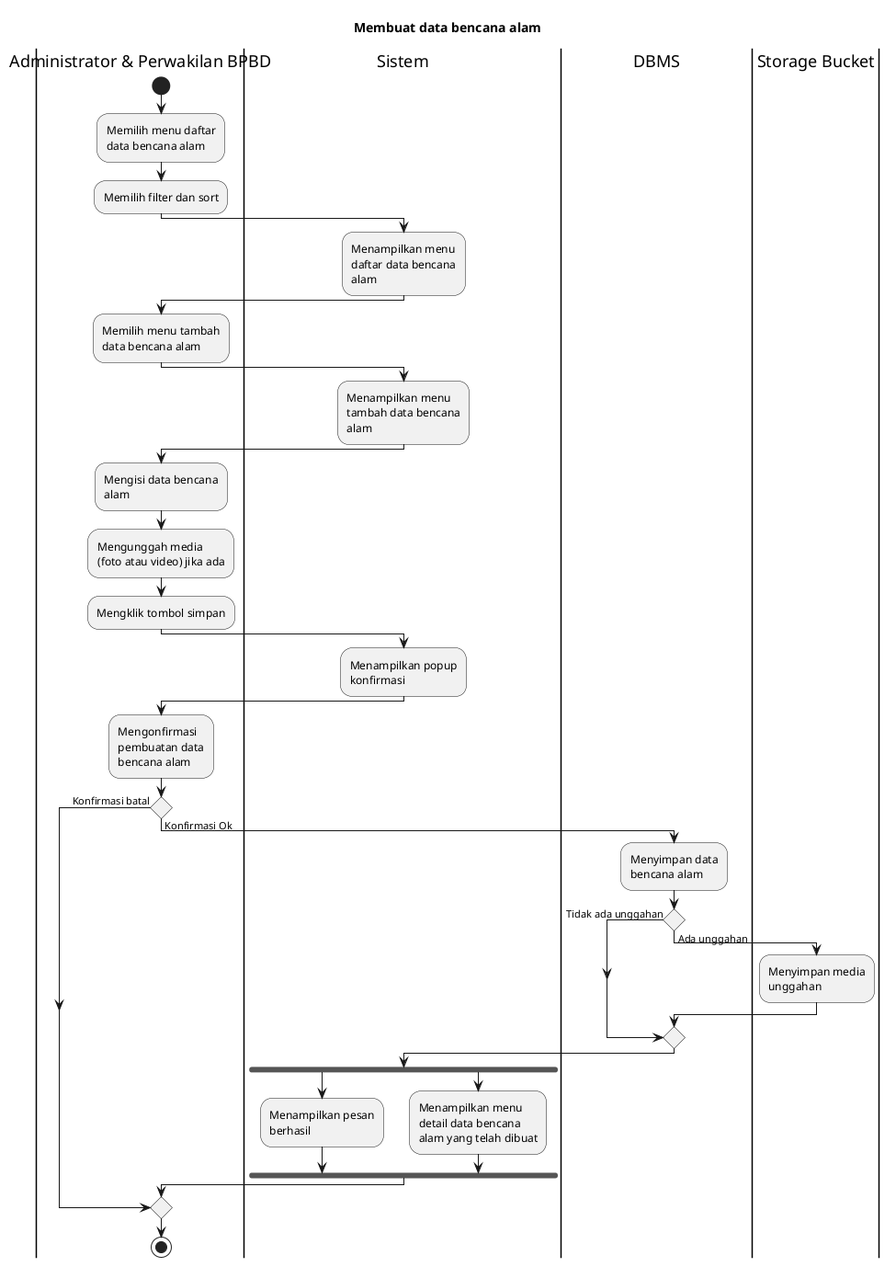
Above: export/Activity Diagrams/UC-MGDISASTER - Manajemen Data Bencana/UC-MGDISASTER-007 - Membuat data bencana alam.png in bagusNA/appl-diagrams (PlantUML), before the change.
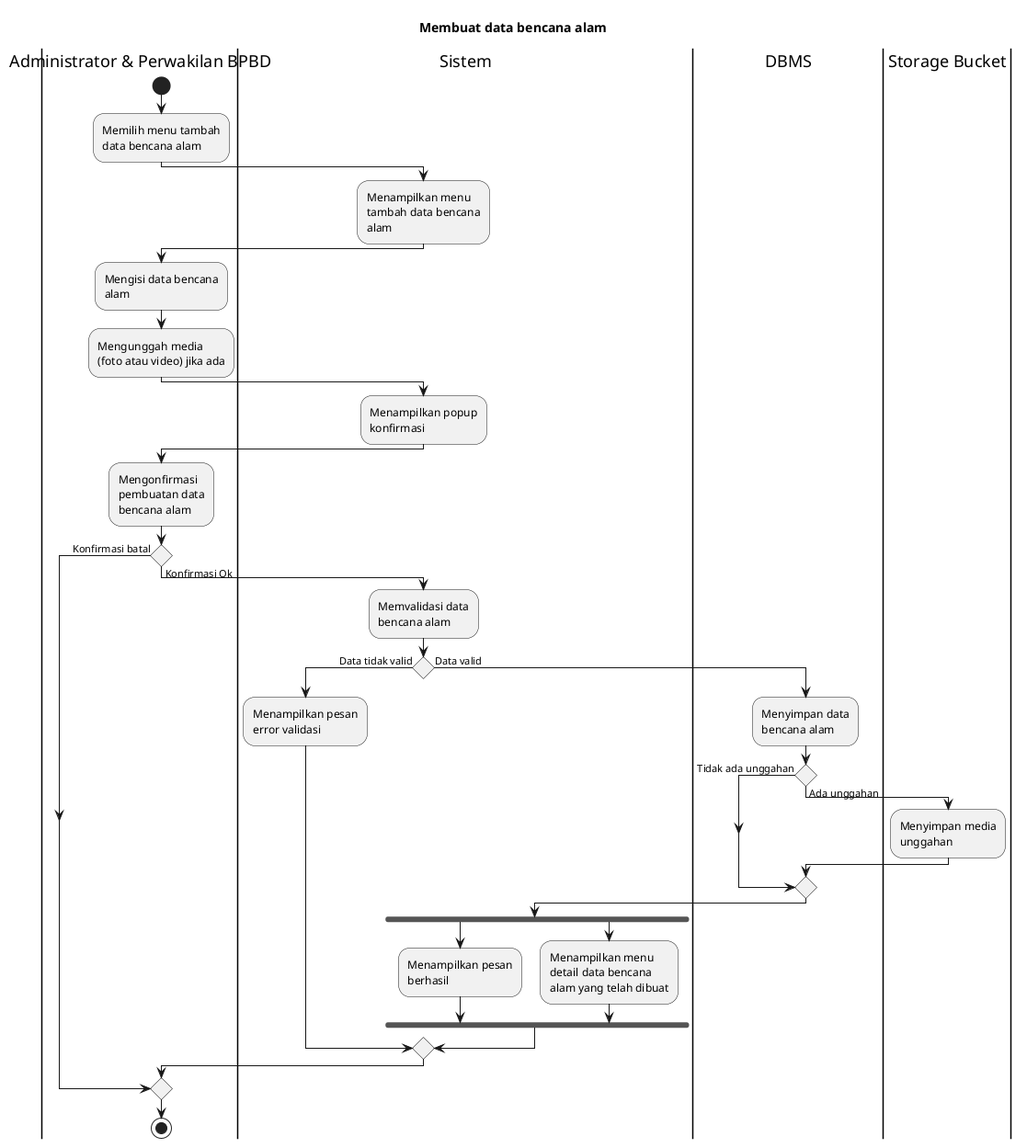
After the commit.

Change to the diagram source:
```diff
@@ -5,13 +5,6 @@
 
 |Administrator & Perwakilan BPBD|
 start
-:Memilih menu daftar data bencana alam;
-:Memilih filter dan sort;
-
-|Sistem|
-:Menampilkan menu daftar data bencana alam;
-
-|Administrator & Perwakilan BPBD|
 :Memilih menu tambah data bencana alam;
 
 |Sistem|
@@ -20,7 +13,6 @@
 |Administrator & Perwakilan BPBD|
 :Mengisi data bencana alam;
 :Mengunggah media (foto atau video) jika ada;
-:Mengklik tombol simpan;
 
 |Sistem|
 :Menampilkan popup konfirmasi;
@@ -30,21 +22,28 @@
 
 if () then (Konfirmasi batal)
 else (Konfirmasi Ok)
-  |DBMS|
-  :Menyimpan data bencana alam;
+  |Sistem|
+  :Memvalidasi data bencana alam;
 
-  if () then (Tidak ada unggahan)
-  else (Ada unggahan)
-    |Storage Bucket|
-    :Menyimpan media unggahan;
-  endif
+  if () then (Data tidak valid)
+    :Menampilkan pesan error validasi;
+  else (Data valid)
+    |DBMS|
+    :Menyimpan data bencana alam;
 
-  |Sistem|
-  fork
-    :Menampilkan pesan berhasil;
-  fork again
-    :Menampilkan menu detail data bencana alam yang telah dibuat;
-  endfork
+    if () then (Tidak ada unggahan)
+    else (Ada unggahan)
+      |Storage Bucket|
+      :Menyimpan media unggahan;
+    endif
+
+    |Sistem|
+    fork
+      :Menampilkan pesan berhasil;
+    fork again
+      :Menampilkan menu detail data bencana alam yang telah dibuat;
+    endfork
+    endif
 endif
 
 |Administrator & Perwakilan BPBD|
```
